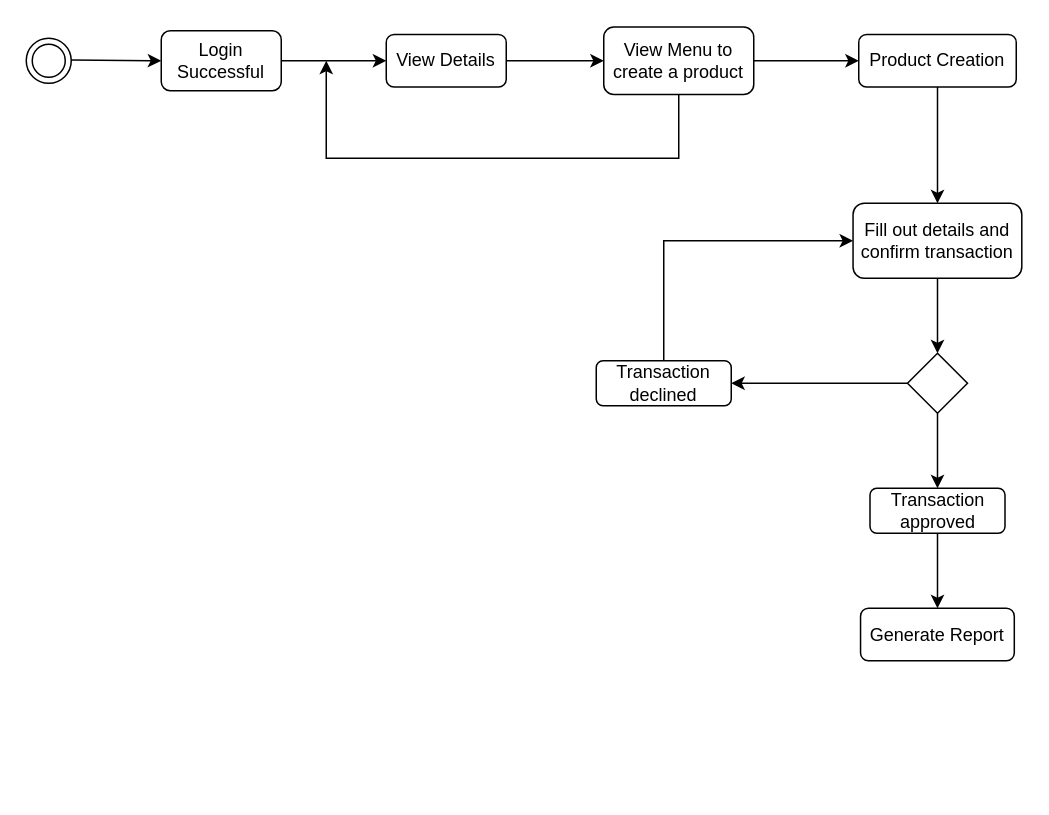
Above: Untitled Diagram.drawio in Deeshti/cs (draw.io), before the change. Source tidied: cells renumbered, new cells numbered last; positions are measured from the earlier drawing's top-left corner, leaving out a move shared by most shapes. Both pictures are drawn from the tidied source at 150%, with x=0, y=0 at pixel (26, 26).
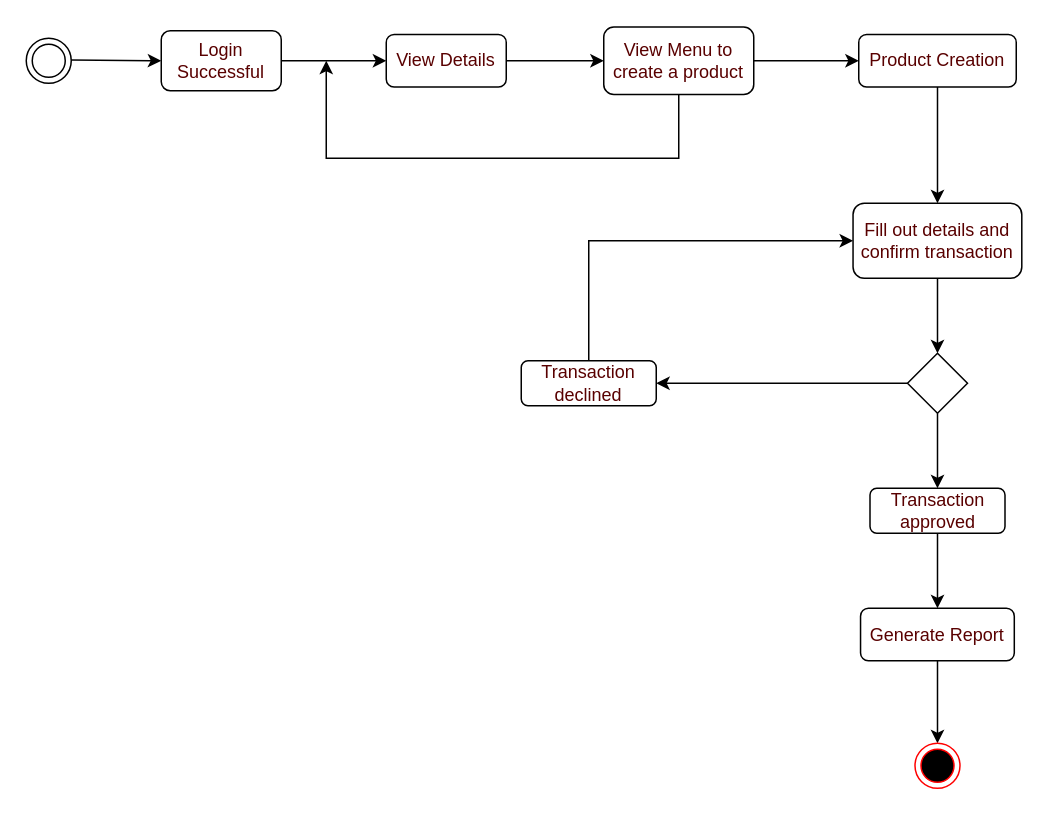
The same diagram, later.

Diff of the diagram source:
```diff
@@
-    <mxCell id="5" value="Login Successful" style="rounded=1;whiteSpace=wrap;html=1;" parent="1" vertex="1">
+    <mxCell id="5" value="&lt;font color=&quot;#590000&quot;&gt;Login Successful&lt;/font&gt;" style="rounded=1;whiteSpace=wrap;html=1;strokeColor=#000000;" parent="1" vertex="1">
       <mxGeometry x="90" y="3" width="80" height="40" as="geometry" />
     </mxCell>
@@
-    <mxCell id="7" value="View Details" style="whiteSpace=wrap;html=1;rounded=1;" parent="1" vertex="1">
+    <mxCell id="7" value="&lt;font color=&quot;#590000&quot;&gt;View Details&lt;/font&gt;" style="whiteSpace=wrap;html=1;rounded=1;" parent="1" vertex="1">
       <mxGeometry x="240" y="5.5" width="80" height="35" as="geometry" />
     </mxCell>
@@
-    <mxCell id="10" value="View Menu to create a product" style="whiteSpace=wrap;html=1;rounded=1;" parent="1" vertex="1">
+    <mxCell id="10" value="&lt;font color=&quot;#590000&quot;&gt;View Menu to create a product&lt;/font&gt;" style="whiteSpace=wrap;html=1;rounded=1;" parent="1" vertex="1">
       <mxGeometry x="385" y="0.5" width="100" height="45" as="geometry" />
     </mxCell>
@@
-    <mxCell id="12" value="Product Creation" style="whiteSpace=wrap;html=1;rounded=1;" parent="1" vertex="1">
+    <mxCell id="12" value="&lt;font color=&quot;#590000&quot;&gt;Product Creation&lt;/font&gt;" style="whiteSpace=wrap;html=1;rounded=1;" parent="1" vertex="1">
       <mxGeometry x="555" y="5.5" width="105" height="35" as="geometry" />
     </mxCell>
@@
-    <mxCell id="14" value="Fill out details and confirm transaction" style="whiteSpace=wrap;html=1;rounded=1;" parent="1" vertex="1">
+    <mxCell id="14" value="&lt;font color=&quot;#590000&quot;&gt;Fill out details and confirm transaction&lt;/font&gt;" style="whiteSpace=wrap;html=1;rounded=1;" parent="1" vertex="1">
       <mxGeometry x="551.2" y="118" width="112.5" height="50" as="geometry" />
     </mxCell>
@@
-    <mxCell id="18" style="edgeStyle=orthogonalEdgeStyle;rounded=0;jettySize=auto;html=1;entryX=0;entryY=0.5;entryDx=0;entryDy=0;" parent="1" edge="1" source="19" target="14">
+    <mxCell id="18" style="edgeStyle=orthogonalEdgeStyle;rounded=0;jettySize=auto;html=1;entryX=0;entryY=0.5;entryDx=0;entryDy=0;fontColor=#590000;" parent="1" edge="1" source="19" target="14">
       <mxGeometry relative="1" as="geometry">
         <Array as="points">
-          <mxPoint x="425" y="143" />
+          <mxPoint x="375" y="143" />
         </Array>
       </mxGeometry>
     </mxCell>
-    <mxCell id="19" value="Transaction declined" style="whiteSpace=wrap;html=1;rounded=1;" parent="1" vertex="1">
-      <mxGeometry x="380" y="223" width="90" height="30" as="geometry" />
+    <mxCell id="19" value="&lt;font color=&quot;#590000&quot;&gt;Transaction declined&lt;/font&gt;" style="whiteSpace=wrap;html=1;rounded=1;" parent="1" vertex="1">
+      <mxGeometry x="330" y="223" width="90" height="30" as="geometry" />
     </mxCell>
@@
-    <mxCell id="21" value="Transaction approved" style="whiteSpace=wrap;html=1;rounded=1;" parent="1" vertex="1">
+    <mxCell id="21" value="&lt;font color=&quot;#590000&quot;&gt;Transaction approved&lt;/font&gt;" style="whiteSpace=wrap;html=1;rounded=1;" parent="1" vertex="1">
       <mxGeometry x="562.5" y="308" width="90" height="30" as="geometry" />
     </mxCell>
+    <mxCell id="23" style="edgeStyle=orthogonalEdgeStyle;rounded=0;jettySize=auto;html=1;entryX=0.5;entryY=0;entryDx=0;entryDy=0;fontColor=#590000;" parent="1" edge="1" source="22" target="24">
+      <mxGeometry relative="1" as="geometry" />
+    </mxCell>
-    <mxCell id="22" value="Generate Report" style="whiteSpace=wrap;html=1;rounded=1;" parent="1" vertex="1">
+    <mxCell id="22" value="&lt;font color=&quot;#590000&quot;&gt;Generate Report&lt;/font&gt;" style="whiteSpace=wrap;html=1;rounded=1;" parent="1" vertex="1">
       <mxGeometry x="556.2" y="388" width="102.5" height="35" as="geometry" />
     </mxCell>
+    <mxCell id="24" style="ellipse;html=1;shape=endState;fillColor=#000000;strokeColor=#ff0000;fontColor=#590000;" parent="1" vertex="1">
+      <mxGeometry x="592.5" y="478" width="30" height="30" as="geometry" />
+    </mxCell>
```
